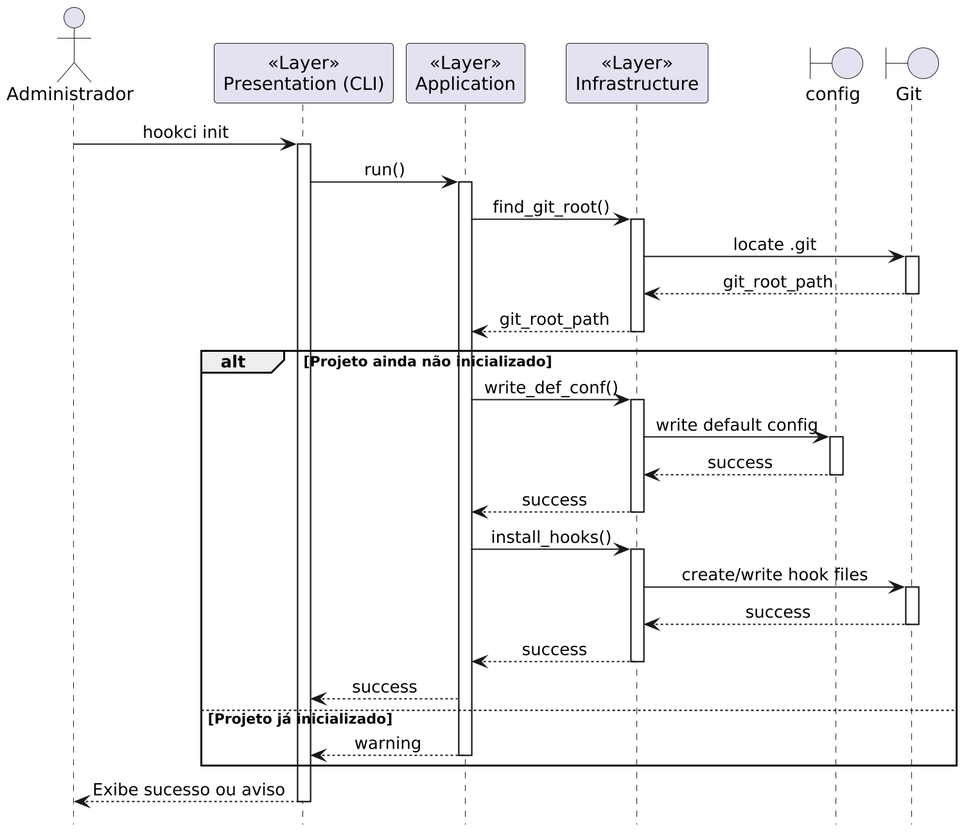
Above: Artefatos/diagrams/sequence/init.png in h3nc4/tmp (PlantUML), before the change.
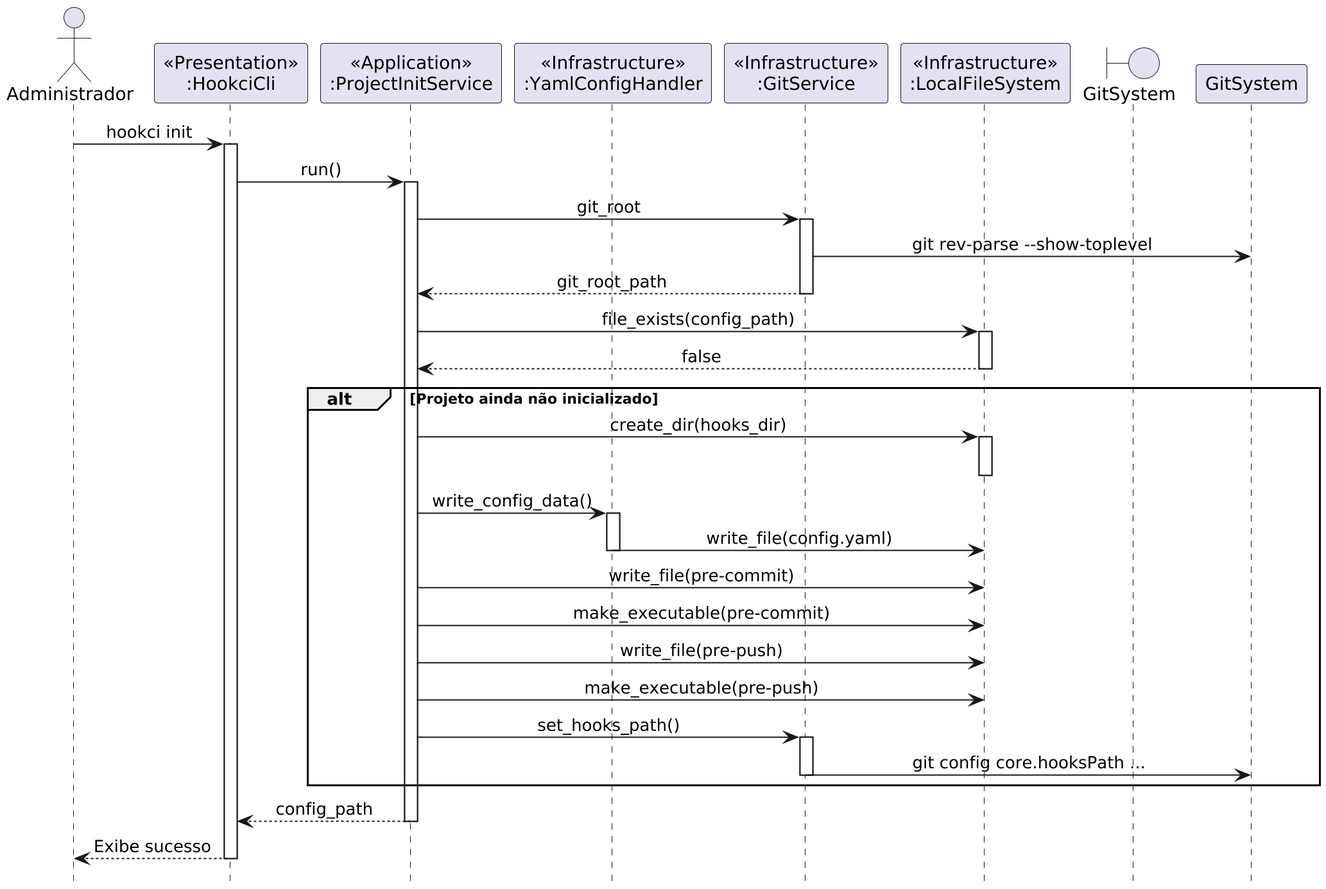
Later version of the same file.

Diff of the diagram source:
```diff
@@ -5,49 +5,50 @@
 skinparam sequenceMessageAlign center
 
 actor "Administrador" as User
-participant "<<Layer>>\nPresentation (CLI)" as CLI
-participant "<<Layer>>\nApplication" as App
-participant "<<Layer>>\nInfrastructure" as Infra
-boundary "config" as ConfigFile
-boundary "Git" as GitSystem
+participant "<<Presentation>>\n:HookciCli" as CLI
+participant "<<Application>>\n:ProjectInitService" as App
+participant "<<Infrastructure>>\n:YamlConfigHandler" as CfgHandler
+participant "<<Infrastructure>>\n:GitService" as GitSvc
+participant "<<Infrastructure>>\n:LocalFileSystem" as FS
+boundary "GitSystem" as Git
 
 User -> CLI : hookci init
 activate CLI
 CLI -> App : run()
 activate App
-App -> Infra : find_git_root()
-activate Infra
-Infra -> GitSystem : locate .git
-activate GitSystem
-GitSystem --> Infra : git_root_path
-deactivate GitSystem
-Infra --> App : git_root_path
-deactivate Infra
+
+App -> GitSvc : git_root
+activate GitSvc
+GitSvc -> GitSystem : git rev-parse --show-toplevel
+GitSvc --> App : git_root_path
+deactivate GitSvc
+
+App -> FS : file_exists(config_path)
+activate FS
+FS --> App : false
+deactivate FS
 
 alt Projeto ainda não inicializado
-	App -> Infra : write_def_conf()
-	activate Infra
-	Infra -> ConfigFile : write default config
-	activate ConfigFile
-	ConfigFile --> Infra : success
-	deactivate ConfigFile
-	Infra --> App : success
-	deactivate Infra
+    App -> FS : create_dir(hooks_dir)
+    activate FS
+    deactivate FS
+    App -> CfgHandler : write_config_data()
+    activate CfgHandler
+    CfgHandler -> FS : write_file(config.yaml)
+    deactivate CfgHandler
+    App -> FS : write_file(pre-commit)
+    App -> FS : make_executable(pre-commit)
+    App -> FS : write_file(pre-push)
+    App -> FS : make_executable(pre-push)
 
-	App -> Infra : install_hooks()
-	activate Infra
-	Infra -> GitSystem : create/write hook files
-	activate GitSystem
-	GitSystem --> Infra : success
-	deactivate GitSystem
-	Infra --> App : success
-	deactivate Infra
-	App --> CLI : success
-else Projeto já inicializado
-	App --> CLI : warning
-	deactivate App
+    App -> GitSvc : set_hooks_path()
+    activate GitSvc
+    GitSvc -> GitSystem : git config core.hooksPath ...
+    deactivate GitSvc
 end
 
-CLI --> User : Exibe sucesso ou aviso
+App --> CLI : config_path
+deactivate App
+CLI --> User : Exibe sucesso
 deactivate CLI
 @enduml
```
